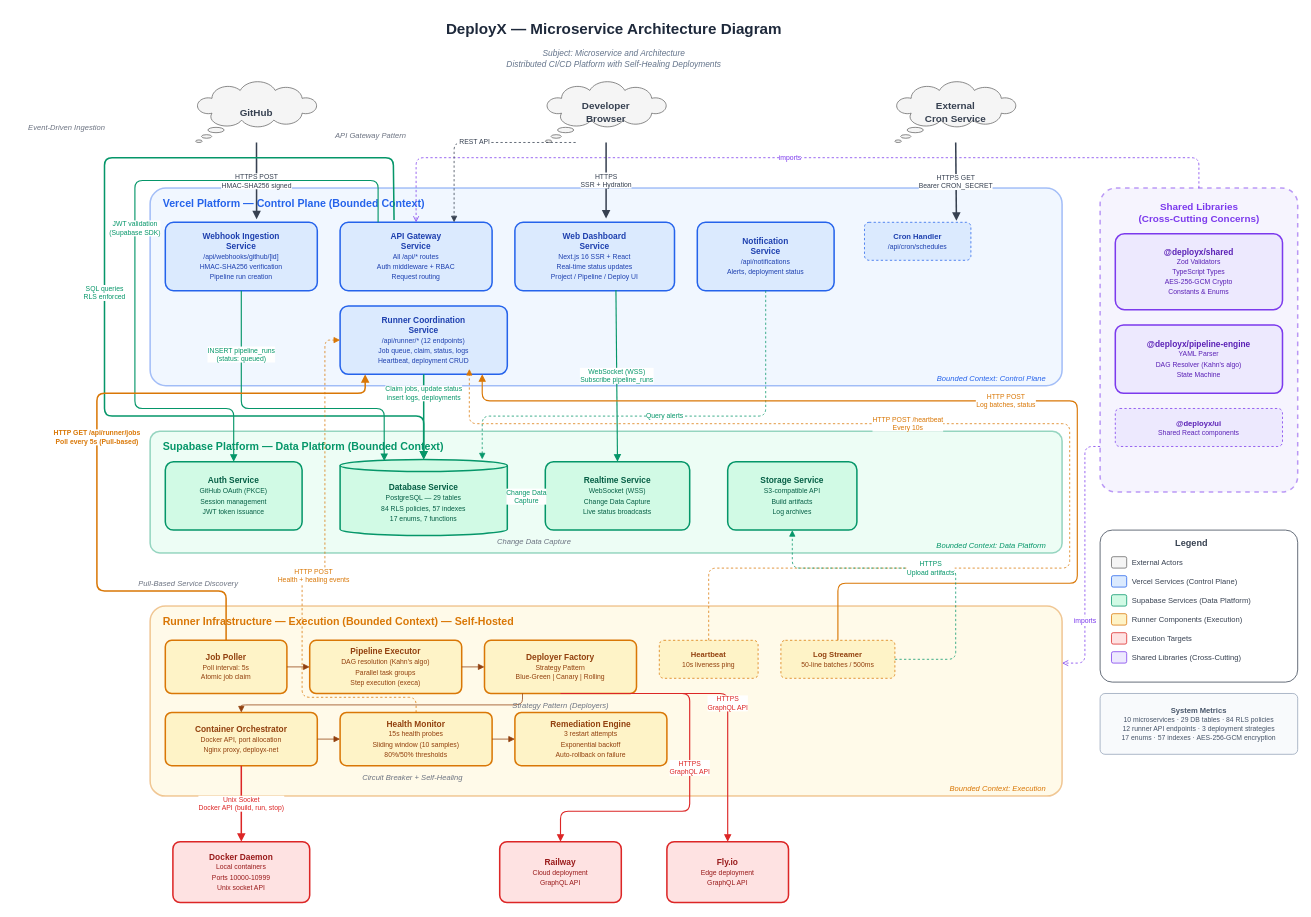
Above: docs/diagrams/microservice-architecture-diagram.drawio in epshukla/DevOps-Deployment-Tool (draw.io), before the change. Source tidied: cells renumbered, new cells numbered last; positions are measured from the earlier drawing's top-left corner, leaving out a move shared by most shapes. Both pictures are drawn from the tidied source at 76%, with x=0, y=0 at pixel (13, 13).
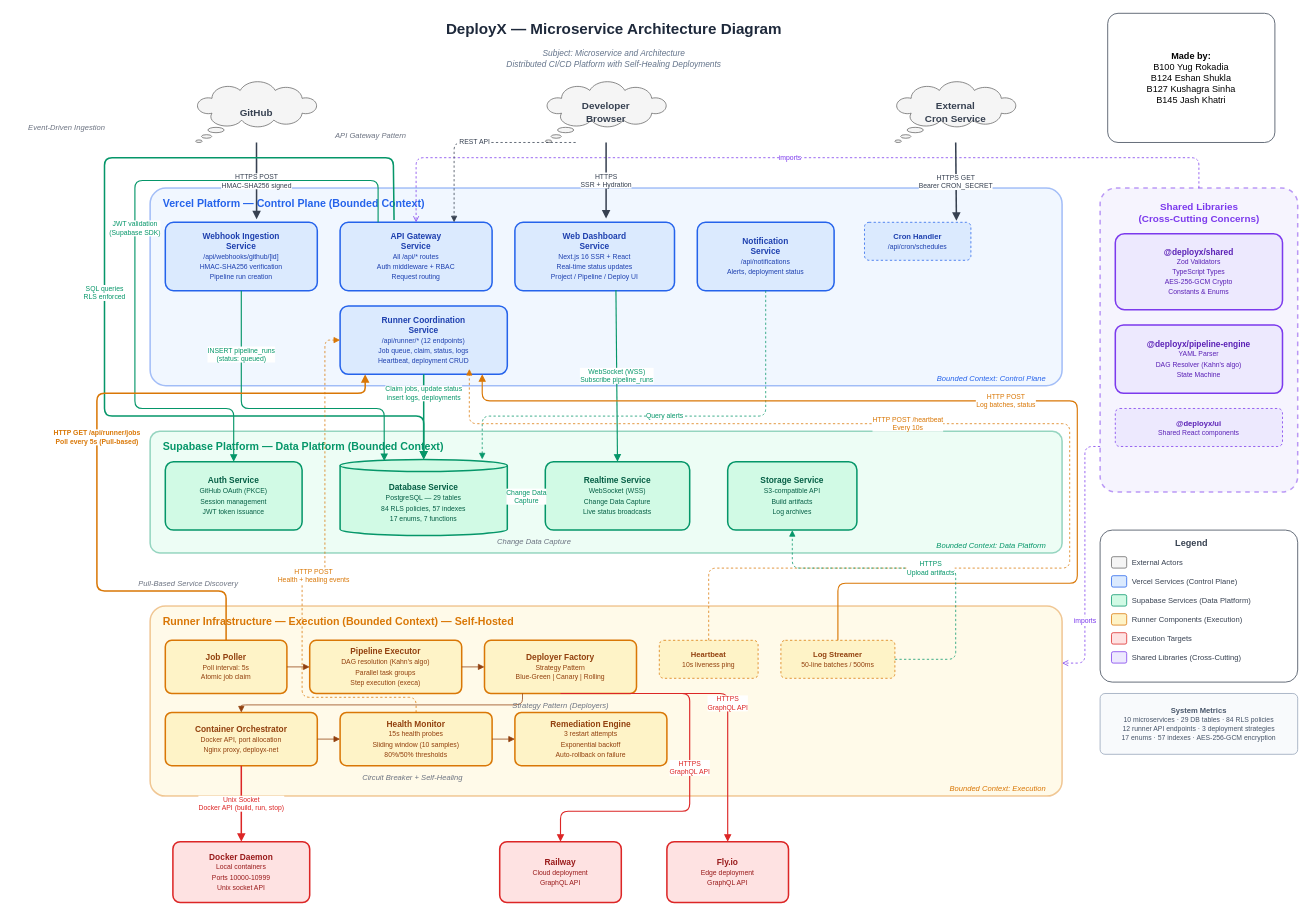
After the change.

Diff of the diagram source:
```diff
@@
+    <mxCell id="89" value="&lt;div&gt;&lt;b&gt;Made by:&lt;/b&gt;&lt;/div&gt;B100 Yug Rokadia&lt;div&gt;B124 Eshan Shukla&lt;/div&gt;&lt;div&gt;B127 Kushagra Sinha&lt;/div&gt;&lt;div&gt;B145 Jash Khatri&lt;/div&gt;" style="rounded=1;whiteSpace=wrap;html=1;fillColor=#FFFFFF;strokeColor=#374151;strokeWidth=1;arcSize=8;" parent="1" vertex="1">
+      <mxGeometry x="1440" width="220" height="170" as="geometry" />
+    </mxCell>
```
